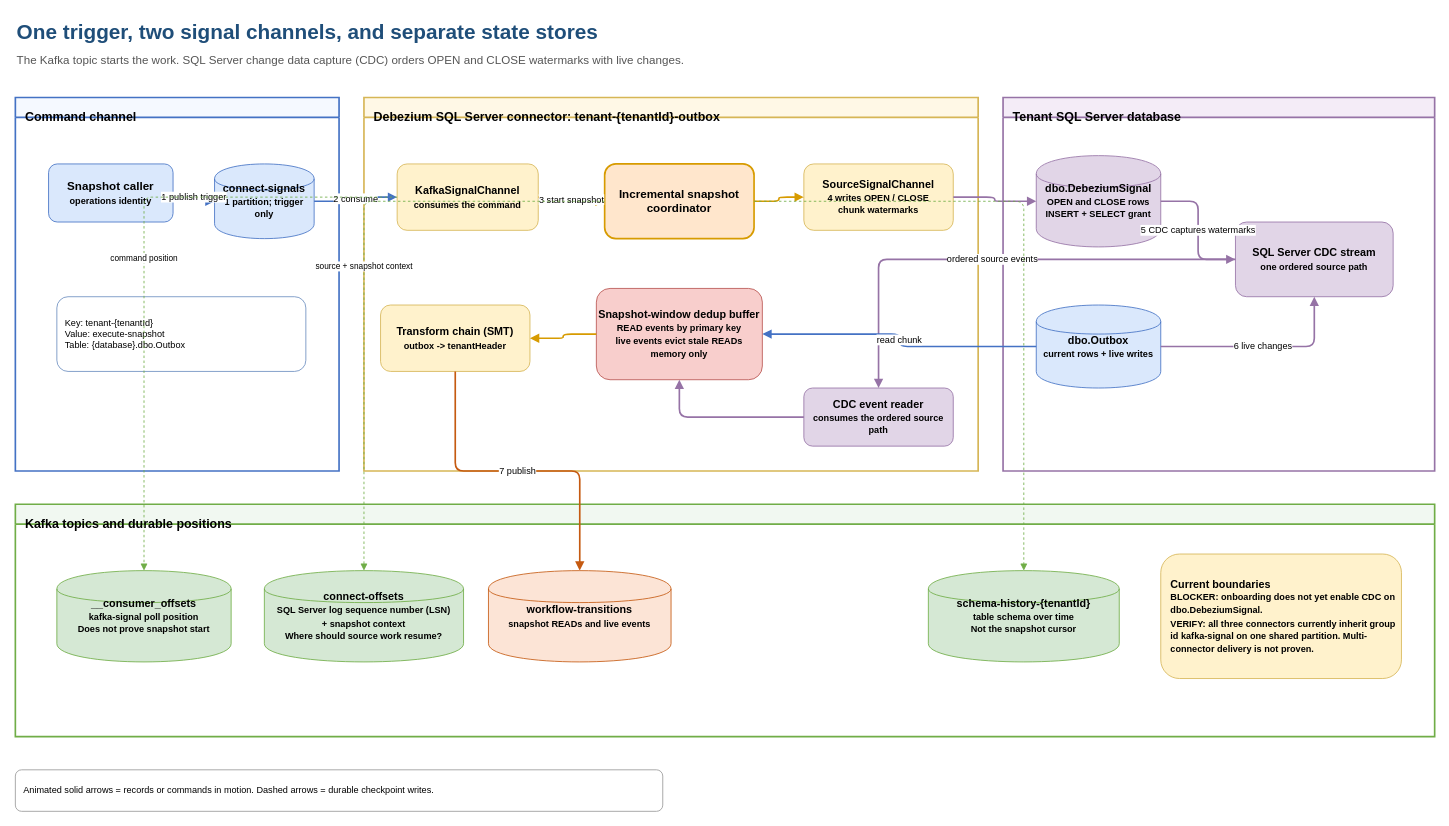
The draw.io diagram docs/diagrams/incremental-snapshot-channels.drawio in collaborationwithothers/cdc-platform-azure, before the edit. Source tidied: cells renumbered, new cells numbered last; positions are measured from the earlier drawing's top-left corner, leaving out a move shared by most shapes. Both pictures are drawn from the tidied source at 83%, with x=0, y=0 at pixel (15, 14).
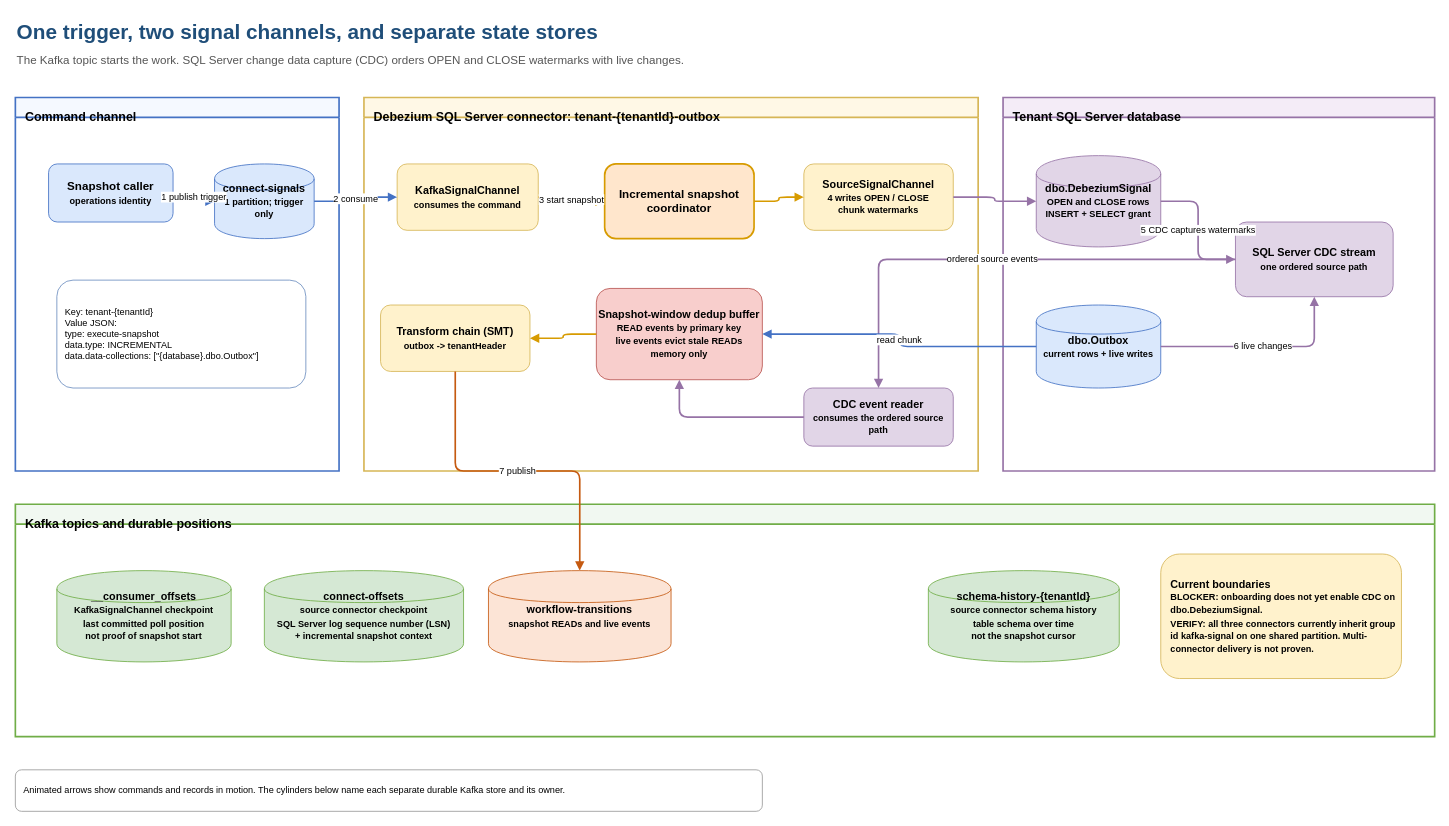
The same page after the edit.

Commit message (it also covers changes not shown here):
docs(diagrams): clarify snapshot checkpoints (#68)

The change refers to these unchanged cells:
```xml
<mxCell id="4" value="Command channel" style="swimlane;startSize=24;whiteSpace=wrap;html=1;fillColor=#f5f9ff;strokeColor=#4472c4;strokeWidth=2;verticalAlign=top;align=left;spacingLeft=10;spacingTop=8;fontSize=15;fontStyle=1;" parent="1" vertex="1">
  <mxGeometry y="100" width="390" height="450" as="geometry" />
</mxCell>
<mxCell id="10" value="KafkaSignalChannel&lt;br&gt;&lt;font style=&quot;font-size:11px&quot;&gt;consumes the command&lt;/font&gt;" style="rounded=1;whiteSpace=wrap;html=1;fillColor=#fff2cc;strokeColor=#d6b656;fontSize=13;fontStyle=1;" parent="5" vertex="1">
  <mxGeometry x="40" y="80" width="170" height="80" as="geometry" />
</mxCell>
<mxCell id="11" value="Incremental snapshot&lt;br&gt;coordinator" style="rounded=1;whiteSpace=wrap;html=1;fillColor=#ffe6cc;strokeColor=#d79b00;strokeWidth=2;fontSize=14;fontStyle=1;" parent="5" vertex="1">
  <mxGeometry x="290" y="80" width="180" height="90" as="geometry" />
</mxCell>
<mxCell id="19" value="Kafka topics and durable positions" style="swimlane;startSize=24;whiteSpace=wrap;html=1;fillColor=#f1f8f1;strokeColor=#70ad47;strokeWidth=2;verticalAlign=top;align=left;spacingLeft=10;spacingTop=8;fontSize=15;fontStyle=1;" parent="1" vertex="1">
  <mxGeometry y="590" width="1710" height="280" as="geometry" />
</mxCell>
```

Change to the diagram source:
```diff
@@
-    <mxCell id="9" value="Key: tenant-{tenantId}&lt;br&gt;Value: execute-snapshot&lt;br&gt;Table: {database}.dbo.Outbox" style="rounded=1;whiteSpace=wrap;html=1;fillColor=#ffffff;strokeColor=#6c8ebf;fontSize=11;align=left;spacingLeft=8;" parent="4" vertex="1">
-      <mxGeometry x="50" y="240" width="300" height="90" as="geometry" />
+    <mxCell id="9" value="Key: tenant-{tenantId}&lt;br&gt;Value JSON:&lt;br&gt;type: execute-snapshot&lt;br&gt;data.type: INCREMENTAL&lt;br&gt;data.data-collections: [&amp;quot;{database}.dbo.Outbox&amp;quot;]" style="rounded=1;whiteSpace=wrap;html=1;fillColor=#ffffff;strokeColor=#6c8ebf;fontSize=11;align=left;spacingLeft=8;" parent="4" vertex="1">
+      <mxGeometry x="50" y="220" width="300" height="130" as="geometry" />
     </mxCell>
@@
-    <mxCell id="20" value="__consumer_offsets&lt;br&gt;&lt;font style=&quot;font-size:11px&quot;&gt;kafka-signal poll position&lt;br&gt;Does not prove snapshot start&lt;/font&gt;" style="shape=cylinder;whiteSpace=wrap;html=1;fillColor=#d5e8d4;strokeColor=#70ad47;fontSize=13;fontStyle=1;" parent="19" vertex="1">
+    <mxCell id="20" value="__consumer_offsets&lt;br&gt;&lt;font style=&quot;font-size:11px&quot;&gt;KafkaSignalChannel checkpoint&lt;br&gt;last committed poll position&lt;br&gt;not proof of snapshot start&lt;/font&gt;" style="shape=cylinder;whiteSpace=wrap;html=1;fillColor=#d5e8d4;strokeColor=#70ad47;fontSize=13;fontStyle=1;" parent="19" vertex="1">
       <mxGeometry x="50" y="80" width="210" height="110" as="geometry" />
     </mxCell>
-    <mxCell id="21" value="connect-offsets&lt;br&gt;&lt;font style=&quot;font-size:11px&quot;&gt;SQL Server log sequence number (LSN)&lt;br&gt;+ snapshot context&lt;br&gt;Where should source work resume?&lt;/font&gt;" style="shape=cylinder;whiteSpace=wrap;html=1;fillColor=#d5e8d4;strokeColor=#70ad47;fontSize=13;fontStyle=1;" parent="19" vertex="1">
+    <mxCell id="21" value="connect-offsets&lt;br&gt;&lt;font style=&quot;font-size:11px&quot;&gt;source connector checkpoint&lt;br&gt;SQL Server log sequence number (LSN)&lt;br&gt;+ incremental snapshot context&lt;/font&gt;" style="shape=cylinder;whiteSpace=wrap;html=1;fillColor=#d5e8d4;strokeColor=#70ad47;fontSize=13;fontStyle=1;" parent="19" vertex="1">
       <mxGeometry x="300" y="80" width="240" height="110" as="geometry" />
     </mxCell>
-    <mxCell id="22" value="schema-history-{tenantId}&lt;br&gt;&lt;font style=&quot;font-size:11px&quot;&gt;table schema over time&lt;br&gt;Not the snapshot cursor&lt;/font&gt;" style="shape=cylinder;whiteSpace=wrap;html=1;fillColor=#d5e8d4;strokeColor=#70ad47;fontSize=13;fontStyle=1;" parent="19" vertex="1">
+    <mxCell id="22" value="schema-history-{tenantId}&lt;br&gt;&lt;font style=&quot;font-size:11px&quot;&gt;source connector schema history&lt;br&gt;table schema over time&lt;br&gt;not the snapshot cursor&lt;/font&gt;" style="shape=cylinder;whiteSpace=wrap;html=1;fillColor=#d5e8d4;strokeColor=#70ad47;fontSize=13;fontStyle=1;" parent="19" vertex="1">
       <mxGeometry x="1100" y="80" width="230" height="110" as="geometry" />
     </mxCell>
@@
-    <mxCell id="37" value="command position" style="edgeStyle=orthogonalEdgeStyle;rounded=1;jettySize=auto;html=1;dashed=1;strokeColor=#70ad47;endArrow=block;fontSize=10;" parent="1" edge="1" source="10" target="20">
-      <mxGeometry relative="1" as="geometry" />
-    </mxCell>
-    <mxCell id="38" value="source + snapshot context" style="edgeStyle=orthogonalEdgeStyle;rounded=1;jettySize=auto;html=1;dashed=1;strokeColor=#70ad47;endArrow=block;fontSize=10;" parent="1" edge="1" source="11" target="21">
-      <mxGeometry relative="1" as="geometry" />
-    </mxCell>
-    <mxCell id="39" style="edgeStyle=orthogonalEdgeStyle;rounded=1;jettySize=auto;html=1;dashed=1;strokeColor=#70ad47;endArrow=block;fontSize=10;" parent="1" edge="1" source="11" target="22">
-      <mxGeometry relative="1" as="geometry" />
-    </mxCell>
-    <mxCell id="40" value="Animated solid arrows = records or commands in motion. Dashed arrows = durable checkpoint writes." style="rounded=1;whiteSpace=wrap;html=1;fillColor=#ffffff;strokeColor=#999999;fontSize=11;align=left;spacingLeft=8;" parent="1" vertex="1">
-      <mxGeometry y="910" width="780" height="50" as="geometry" />
+    <mxCell id="40" value="Animated arrows show commands and records in motion. The cylinders below name each separate durable Kafka store and its owner." style="rounded=1;whiteSpace=wrap;html=1;fillColor=#ffffff;strokeColor=#999999;fontSize=11;align=left;spacingLeft=8;" parent="1" vertex="1">
+      <mxGeometry y="910" width="900" height="50" as="geometry" />
     </mxCell>
```
